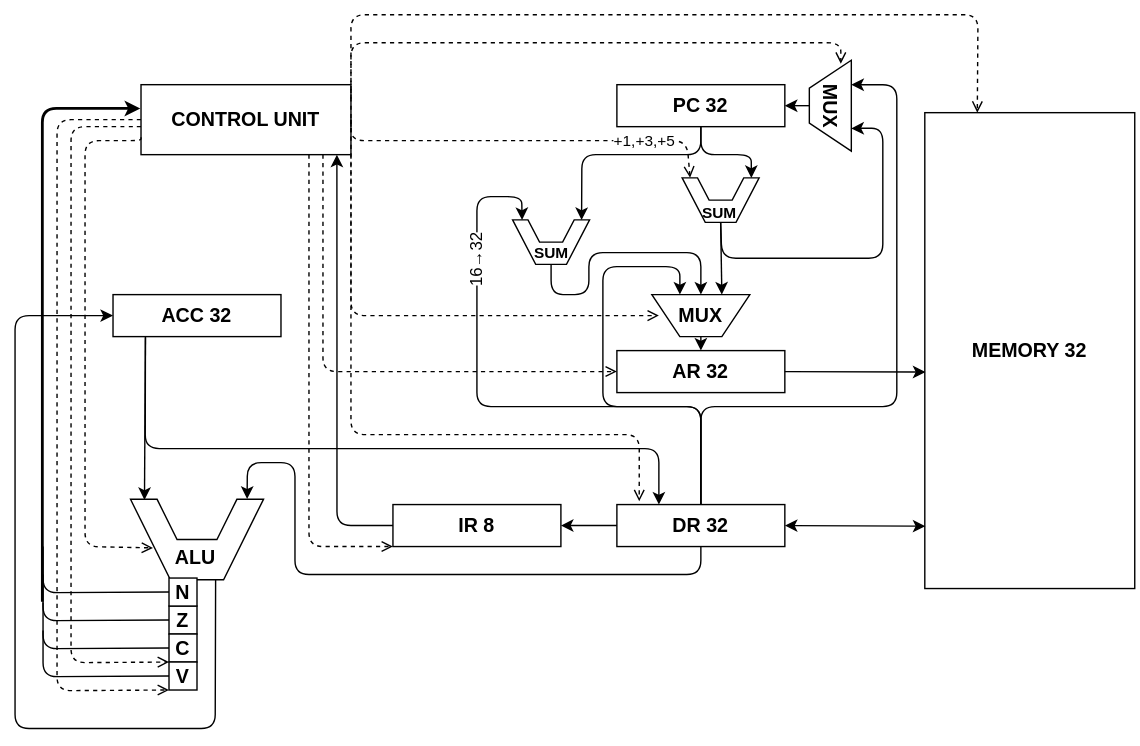
The draw.io diagram Acc32Scheme_v2.drawio.svg in ShobakaBarabaka/Acc32Scheme, before a commit. Source tidied: cells renumbered, new cells last; positions are measured from the earlier drawing's top-left corner, leaving out a move shared by most shapes.
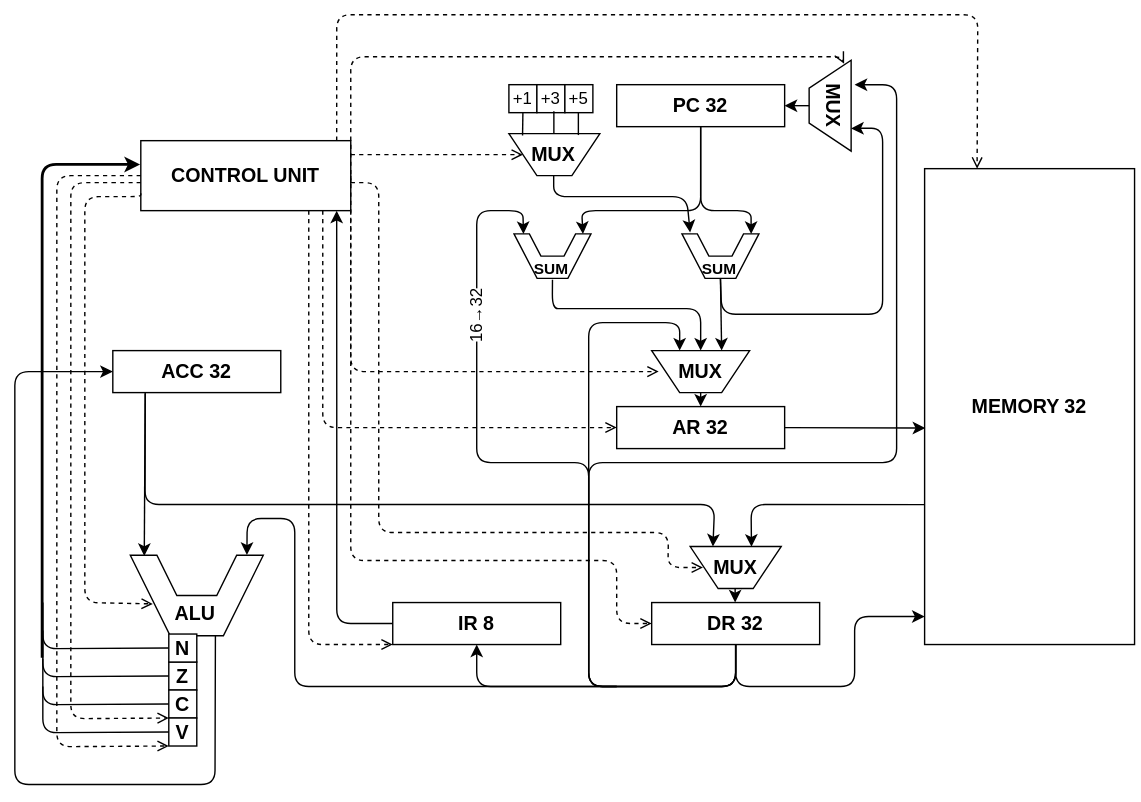
The same file after the commit.

What changed in the source:
```diff
@@ -6,13 +6,13 @@
       <mxGeometry x="70" y="200" width="120" height="30" as="geometry" />
     </mxCell>
     <mxCell id="3" value="&lt;h3&gt;PC 32&lt;/h3&gt;" style="rounded=0;whiteSpace=wrap;html=1;" parent="1" vertex="1">
-      <mxGeometry x="430" y="50" width="120" height="30" as="geometry" />
+      <mxGeometry x="430" y="10" width="120" height="30" as="geometry" />
     </mxCell>
     <mxCell id="4" value="&lt;h3&gt;IR 8&lt;/h3&gt;" style="rounded=0;whiteSpace=wrap;html=1;" parent="1" vertex="1">
-      <mxGeometry x="270" y="350" width="120" height="30" as="geometry" />
+      <mxGeometry x="270" y="380" width="120" height="30" as="geometry" />
     </mxCell>
     <mxCell id="5" value="&lt;h3&gt;DR 32&lt;/h3&gt;" style="rounded=0;whiteSpace=wrap;html=1;" parent="1" vertex="1">
-      <mxGeometry x="430" y="350" width="120" height="30" as="geometry" />
+      <mxGeometry x="455" y="380" width="120" height="30" as="geometry" />
     </mxCell>
     <mxCell id="6" value="&lt;h3&gt;Z&lt;/h3&gt;" style="rounded=0;whiteSpace=wrap;html=1;" parent="1" vertex="1">
       <mxGeometry x="110" y="422.5" width="20" height="20" as="geometry" />
@@ -40,15 +40,22 @@
     <mxCell id="12" style="endArrow=none;html=1;rounded=1;entryX=1;entryY=0.5;entryDx=0;entryDy=0;curved=0;startArrow=classic;startFill=1;exitX=0.25;exitY=1;exitDx=0;exitDy=0;" parent="1" edge="1" source="40" target="58">
       <mxGeometry relative="1" as="geometry">
         <Array as="points">
-          <mxPoint x="620" y="81" />
+          <mxPoint x="620" y="41" />
           <mxPoint x="620" y="174" />
           <mxPoint x="570" y="174" />
           <mxPoint x="505" y="174" />
         </Array>
       </mxGeometry>
     </mxCell>
-    <mxCell id="13" style="endArrow=classic;html=1;rounded=0;exitX=1;exitY=0.5;exitDx=0;exitDy=0;entryX=0.003;entryY=0.869;entryDx=0;entryDy=0;entryPerimeter=0;endFill=1;startArrow=classic;startFill=1;" parent="1" edge="1" source="5" target="10">
-      <mxGeometry relative="1" as="geometry" />
+    <mxCell id="13" style="endArrow=classic;html=1;rounded=1;exitX=0.5;exitY=1;exitDx=0;exitDy=0;endFill=1;startArrow=none;startFill=0;curved=0;" parent="1" edge="1" source="5">
+      <mxGeometry relative="1" as="geometry">
+        <mxPoint x="650" y="390" as="targetPoint" />
+        <Array as="points">
+          <mxPoint x="515" y="440" />
+          <mxPoint x="600" y="440" />
+          <mxPoint x="600" y="390" />
+        </Array>
+      </mxGeometry>
     </mxCell>
     <mxCell id="14" value="&lt;h3&gt;CONTROL UNIT&lt;/h3&gt;" style="rounded=0;whiteSpace=wrap;html=1;" parent="1" vertex="1">
       <mxGeometry x="90" y="50" width="150" height="50" as="geometry" />
@@ -62,15 +69,20 @@
     <mxCell id="17" style="endArrow=classic;html=1;rounded=0;exitX=1;exitY=0.5;exitDx=0;exitDy=0;entryX=0.003;entryY=0.545;entryDx=0;entryDy=0;entryPerimeter=0;endFill=1;" parent="1" edge="1" source="9" target="10">
       <mxGeometry relative="1" as="geometry" />
     </mxCell>
-    <mxCell id="18" style="endArrow=none;html=1;rounded=0;exitX=1;exitY=0.5;exitDx=0;exitDy=0;entryX=0;entryY=0.5;entryDx=0;entryDy=0;startArrow=classic;startFill=1;" parent="1" edge="1" source="4" target="5">
-      <mxGeometry relative="1" as="geometry" />
+    <mxCell id="18" style="endArrow=none;html=1;rounded=1;exitX=0.5;exitY=1;exitDx=0;exitDy=0;startArrow=classic;startFill=1;curved=0;" parent="1" edge="1" source="4">
+      <mxGeometry relative="1" as="geometry">
+        <mxPoint x="430" y="440" as="targetPoint" />
+        <Array as="points">
+          <mxPoint x="330" y="440" />
+        </Array>
+      </mxGeometry>
     </mxCell>
-    <mxCell id="19" style="endArrow=open;dashed=1;html=1;rounded=1;exitX=1;exitY=0.5;exitDx=0;exitDy=0;curved=0;endFill=0;entryX=-0.002;entryY=0.897;entryDx=0;entryDy=0;entryPerimeter=0;" parent="1" edge="1" source="14" target="58">
+    <mxCell id="19" style="endArrow=open;dashed=1;html=1;rounded=1;curved=0;endFill=0;entryX=1;entryY=0.5;entryDx=0;entryDy=0;" parent="1" edge="1" target="64">
       <mxGeometry relative="1" as="geometry">
+        <mxPoint x="240" y="60" as="sourcePoint" />
         <Array as="points">
-          <mxPoint x="240" y="90" />
-          <mxPoint x="320" y="90" />
-          <mxPoint x="480" y="90" />
+          <mxPoint x="300" y="60" />
+          <mxPoint x="320" y="60" />
         </Array>
       </mxGeometry>
     </mxCell>
@@ -83,29 +95,30 @@
         </Array>
       </mxGeometry>
     </mxCell>
-    <mxCell id="21" style="endArrow=none;html=1;rounded=1;exitX=-0.005;exitY=0.123;exitDx=0;exitDy=0;entryX=0.5;entryY=1;entryDx=0;entryDy=0;curved=0;endFill=0;startArrow=classic;startFill=1;exitPerimeter=0;" parent="1" edge="1" source="53" target="5">
+    <mxCell id="21" style="endArrow=none;html=1;rounded=1;exitX=-0.005;exitY=0.123;exitDx=0;exitDy=0;curved=0;endFill=0;startArrow=classic;startFill=1;exitPerimeter=0;entryX=0.5;entryY=1;entryDx=0;entryDy=0;" parent="1" edge="1" source="53" target="5">
       <mxGeometry relative="1" as="geometry">
         <Array as="points">
           <mxPoint x="166" y="320" />
           <mxPoint x="200" y="320" />
-          <mxPoint x="200" y="400" />
-          <mxPoint x="340" y="400" />
-          <mxPoint x="490" y="400" />
+          <mxPoint x="200" y="440" />
+          <mxPoint x="340" y="440" />
+          <mxPoint x="410" y="440" />
+          <mxPoint x="515" y="440" />
         </Array>
       </mxGeometry>
     </mxCell>
     <mxCell id="22" style="endArrow=classic;html=1;rounded=1;exitX=0;exitY=0.5;exitDx=0;exitDy=0;curved=0;endFill=1;entryX=0.933;entryY=1;entryDx=0;entryDy=0;entryPerimeter=0;" parent="1" edge="1" source="4" target="14">
       <mxGeometry relative="1" as="geometry">
         <Array as="points">
-          <mxPoint x="230" y="365" />
+          <mxPoint x="230" y="395" />
           <mxPoint x="230" y="240" />
         </Array>
       </mxGeometry>
     </mxCell>
-    <mxCell id="23" style="endArrow=none;html=1;rounded=1;exitX=0.25;exitY=0;exitDx=0;exitDy=0;entryX=0.193;entryY=1.008;entryDx=0;entryDy=0;endFill=0;startArrow=classic;startFill=1;curved=0;entryPerimeter=0;" parent="1" edge="1" source="5" target="2">
+    <mxCell id="23" style="endArrow=none;html=1;rounded=1;entryX=0.193;entryY=1.008;entryDx=0;entryDy=0;endFill=0;startArrow=classic;startFill=1;curved=0;entryPerimeter=0;exitX=0.75;exitY=1;exitDx=0;exitDy=0;" parent="1" edge="1" source="71" target="2">
       <mxGeometry relative="1" as="geometry">
         <Array as="points">
-          <mxPoint x="460" y="310" />
+          <mxPoint x="500" y="310" />
           <mxPoint x="93" y="310" />
         </Array>
       </mxGeometry>
@@ -116,12 +129,13 @@
     <mxCell id="25" value="&lt;h3&gt;MUX&lt;/h3&gt;" style="text;html=1;whiteSpace=wrap;strokeColor=none;fillColor=none;align=center;verticalAlign=middle;rounded=0;" parent="1" vertex="1">
       <mxGeometry x="460" y="200" width="60" height="30" as="geometry" />
     </mxCell>
-    <mxCell id="26" style="endArrow=classic;html=1;rounded=1;exitX=0.5;exitY=0;exitDx=0;exitDy=0;entryX=0.25;entryY=0;entryDx=0;entryDy=0;endFill=1;curved=0;" parent="1" edge="1" source="5" target="25">
+    <mxCell id="26" style="endArrow=classic;html=1;rounded=1;entryX=0.25;entryY=0;entryDx=0;entryDy=0;endFill=1;curved=0;" parent="1" edge="1" target="25">
       <mxGeometry relative="1" as="geometry">
+        <mxPoint x="430" y="440" as="sourcePoint" />
         <Array as="points">
-          <mxPoint x="490" y="280" />
-          <mxPoint x="420" y="280" />
-          <mxPoint x="420" y="180" />
+          <mxPoint x="410" y="440" />
+          <mxPoint x="410" y="280" />
+          <mxPoint x="410" y="180" />
           <mxPoint x="475" y="180" />
         </Array>
       </mxGeometry>
@@ -210,14 +224,17 @@
         </Array>
       </mxGeometry>
     </mxCell>
-    <mxCell id="37" style="endArrow=classic;html=1;rounded=1;exitX=0.5;exitY=0;exitDx=0;exitDy=0;entryX=0.003;entryY=0.877;entryDx=0;entryDy=0;endFill=1;curved=0;entryPerimeter=0;" parent="1" edge="1" source="5" target="56">
+    <mxCell id="37" style="endArrow=classic;html=1;rounded=1;exitX=0.5;exitY=1;exitDx=0;exitDy=0;entryX=0.003;entryY=0.877;entryDx=0;entryDy=0;endFill=1;curved=0;entryPerimeter=0;" parent="1" edge="1" source="5" target="56">
       <mxGeometry relative="1" as="geometry">
         <Array as="points">
-          <mxPoint x="490" y="280" />
+          <mxPoint x="515" y="440" />
+          <mxPoint x="410" y="440" />
+          <mxPoint x="410" y="280" />
           <mxPoint x="330" y="280" />
           <mxPoint x="330" y="180" />
           <mxPoint x="330" y="130" />
-          <mxPoint x="362" y="130" />
+          <mxPoint x="330" y="100" />
+          <mxPoint x="363" y="100" />
         </Array>
       </mxGeometry>
     </mxCell>
@@ -234,26 +251,28 @@
         <Array as="points">
           <mxPoint x="490" y="170" />
           <mxPoint x="410" y="170" />
-          <mxPoint x="410" y="200" />
-          <mxPoint x="383" y="200" />
+          <mxPoint x="400" y="170" />
+          <mxPoint x="384" y="170" />
         </Array>
       </mxGeometry>
     </mxCell>
     <mxCell id="40" value="&lt;h3&gt;&lt;br&gt;&lt;/h3&gt;" style="shape=trapezoid;perimeter=trapezoidPerimeter;whiteSpace=wrap;html=1;fixedSize=1;rotation=-90;" parent="1" vertex="1">
-      <mxGeometry x="550" y="50" width="65" height="30" as="geometry" />
+      <mxGeometry x="550" y="10" width="65" height="30" as="geometry" />
     </mxCell>
     <mxCell id="41" value="&lt;h3&gt;MUX&lt;/h3&gt;" style="text;html=1;whiteSpace=wrap;strokeColor=none;fillColor=none;align=center;verticalAlign=middle;rounded=0;rotation=90;" parent="1" vertex="1">
-      <mxGeometry x="552.5" y="50" width="60" height="30" as="geometry" />
+      <mxGeometry x="555" y="10" width="60" height="30" as="geometry" />
     </mxCell>
     <mxCell id="42" style="endArrow=none;html=1;rounded=0;exitX=1;exitY=0.5;exitDx=0;exitDy=0;startArrow=classic;startFill=1;entryX=0.5;entryY=0;entryDx=0;entryDy=0;" parent="1" edge="1" source="3" target="40">
       <mxGeometry relative="1" as="geometry" />
     </mxCell>
-    <mxCell id="43" style="endArrow=classic;html=1;rounded=1;exitX=0.5;exitY=0;exitDx=0;exitDy=0;entryX=0.25;entryY=0;entryDx=0;entryDy=0;endFill=1;curved=0;" parent="1" edge="1" source="5" target="41">
+    <mxCell id="43" style="endArrow=classic;html=1;rounded=1;exitX=0.5;exitY=1;exitDx=0;exitDy=0;entryX=0.25;entryY=0;entryDx=0;entryDy=0;endFill=1;curved=0;" parent="1" edge="1" source="5" target="41">
       <mxGeometry relative="1" as="geometry">
         <Array as="points">
-          <mxPoint x="490" y="280" />
+          <mxPoint x="515" y="440" />
+          <mxPoint x="410" y="440" />
+          <mxPoint x="410" y="280" />
           <mxPoint x="630" y="280" />
-          <mxPoint x="630" y="50" />
+          <mxPoint x="630" y="10" />
         </Array>
       </mxGeometry>
     </mxCell>
@@ -261,8 +280,8 @@
       <mxGeometry relative="1" as="geometry">
         <mxPoint x="240" y="80" as="sourcePoint" />
         <Array as="points">
-          <mxPoint x="240" y="20" />
-          <mxPoint x="590" y="20" />
+          <mxPoint x="240" y="-10" />
+          <mxPoint x="590" y="-10" />
         </Array>
       </mxGeometry>
     </mxCell>
@@ -279,25 +298,25 @@
         <mxPoint x="210" y="100" as="sourcePoint" />
         <Array as="points">
           <mxPoint x="210" y="270" />
-          <mxPoint x="210" y="380" />
+          <mxPoint x="210" y="410" />
         </Array>
       </mxGeometry>
     </mxCell>
-    <mxCell id="47" style="endArrow=open;dashed=1;html=1;rounded=1;entryX=0.25;entryY=0;entryDx=0;entryDy=0;curved=0;endFill=0;" parent="1" edge="1" target="10">
+    <mxCell id="47" style="endArrow=open;dashed=1;html=1;rounded=1;entryX=0.25;entryY=0;entryDx=0;entryDy=0;curved=0;endFill=0;exitX=0.933;exitY=0;exitDx=0;exitDy=0;exitPerimeter=0;" parent="1" edge="1" source="14" target="10">
       <mxGeometry relative="1" as="geometry">
-        <mxPoint x="240" y="60" as="sourcePoint" />
         <Array as="points">
-          <mxPoint x="240" />
-          <mxPoint x="688" />
+          <mxPoint x="230" y="-40" />
+          <mxPoint x="688" y="-40" />
         </Array>
       </mxGeometry>
     </mxCell>
-    <mxCell id="48" style="endArrow=open;dashed=1;html=1;rounded=1;curved=0;endFill=0;entryX=0.133;entryY=-0.078;entryDx=0;entryDy=0;entryPerimeter=0;" parent="1" edge="1" target="5">
+    <mxCell id="48" style="endArrow=open;dashed=1;html=1;rounded=1;curved=0;endFill=0;entryX=0;entryY=0.5;entryDx=0;entryDy=0;" parent="1" edge="1" target="5">
       <mxGeometry relative="1" as="geometry">
         <mxPoint x="240" y="100" as="sourcePoint" />
         <Array as="points">
-          <mxPoint x="240" y="300" />
-          <mxPoint x="446" y="300" />
+          <mxPoint x="240" y="350" />
+          <mxPoint x="430" y="350" />
+          <mxPoint x="430" y="395" />
         </Array>
       </mxGeometry>
     </mxCell>
@@ -326,10 +345,10 @@
       <mxGeometry x="-1.2" y="62.5" width="60" height="30" as="geometry" />
     </mxCell>
     <mxCell id="56" style="shape=(stored shape, 352 characters);whiteSpace=wrap;html=1;rotation=90;" parent="1" vertex="1">
-      <mxGeometry x="367.1" y="135" width="31.8" height="55" as="geometry" />
+      <mxGeometry x="368.2" y="105" width="31.8" height="55" as="geometry" />
     </mxCell>
     <mxCell id="57" value="&lt;b&gt;SUM&lt;/b&gt;" style="text;html=1;whiteSpace=wrap;strokeColor=none;fillColor=none;align=center;verticalAlign=middle;rounded=0;rotation=0;fontSize=11;" parent="1" vertex="1">
-      <mxGeometry x="367.1" y="160" width="32.9" height="20" as="geometry" />
+      <mxGeometry x="366.5" y="131.5" width="32.9" height="20" as="geometry" />
     </mxCell>
     <mxCell id="58" style="shape=(stored shape, 352 characters);whiteSpace=wrap;html=1;rotation=90;" parent="1" vertex="1">
       <mxGeometry x="488.3" y="105" width="31.8" height="55" as="geometry" />
@@ -337,8 +356,75 @@
     <mxCell id="59" value="&lt;b&gt;SUM&lt;/b&gt;" style="text;html=1;whiteSpace=wrap;strokeColor=none;fillColor=none;align=center;verticalAlign=middle;rounded=0;rotation=0;fontSize=11;" parent="1" vertex="1">
       <mxGeometry x="487.1" y="123" width="32.9" height="37" as="geometry" />
     </mxCell>
-    <mxCell id="60" value="+1,+3,+5" style="text;html=1;whiteSpace=wrap;strokeColor=none;fillColor=none;align=center;verticalAlign=middle;rounded=0;rotation=0;labelBackgroundColor=default;fontSize=11;" parent="1" vertex="1">
-      <mxGeometry x="430" y="80" width="40" height="20" as="geometry" />
-    </mxCell>
+    <mxCell id="61" value="+1" style="whiteSpace=wrap;html=1;" parent="1" vertex="1">
+      <mxGeometry x="353" y="10" width="20" height="20" as="geometry" />
+    </mxCell>
+    <mxCell id="62" value="+3" style="whiteSpace=wrap;html=1;" parent="1" vertex="1">
+      <mxGeometry x="373" y="10" width="20" height="20" as="geometry" />
+    </mxCell>
+    <mxCell id="63" value="+5" style="whiteSpace=wrap;html=1;" parent="1" vertex="1">
+      <mxGeometry x="393" y="10" width="20" height="20" as="geometry" />
+    </mxCell>
+    <mxCell id="64" value="&lt;h3&gt;&lt;br&gt;&lt;/h3&gt;" style="shape=trapezoid;perimeter=trapezoidPerimeter;whiteSpace=wrap;html=1;fixedSize=1;rotation=-180;" parent="1" vertex="1">
+      <mxGeometry x="353" y="45" width="65" height="30" as="geometry" />
+    </mxCell>
+    <mxCell id="65" value="&lt;h3&gt;MUX&lt;/h3&gt;" style="text;html=1;whiteSpace=wrap;strokeColor=none;fillColor=none;align=center;verticalAlign=middle;rounded=0;rotation=0;" parent="1" vertex="1">
+      <mxGeometry x="355.5" y="45" width="60" height="30" as="geometry" />
+    </mxCell>
+    <mxCell id="66" style="endArrow=none;html=1;rounded=1;exitX=-0.034;exitY=0.894;exitDx=0;exitDy=0;startArrow=classic;startFill=1;curved=0;exitPerimeter=0;" parent="1" edge="1" source="58">
+      <mxGeometry relative="1" as="geometry">
+        <mxPoint x="385" y="75" as="targetPoint" />
+        <Array as="points">
+          <mxPoint x="480" y="90" />
+          <mxPoint x="385" y="90" />
+        </Array>
+      </mxGeometry>
+    </mxCell>
+    <mxCell id="67" style="endArrow=none;html=1;rounded=0;entryX=0.5;entryY=1;entryDx=0;entryDy=0;exitX=0.121;exitY=0.041;exitDx=0;exitDy=0;exitPerimeter=0;" parent="1" edge="1" source="65" target="61">
+      <mxGeometry relative="1" as="geometry" />
+    </mxCell>
+    <mxCell id="68" style="endArrow=none;html=1;rounded=0;entryX=0.5;entryY=1;entryDx=0;entryDy=0;exitX=0.121;exitY=0.041;exitDx=0;exitDy=0;exitPerimeter=0;" parent="1" edge="1">
+      <mxGeometry relative="1" as="geometry">
+        <mxPoint x="385.1" y="45" as="sourcePoint" />
+        <mxPoint x="385.1" y="29" as="targetPoint" />
+      </mxGeometry>
+    </mxCell>
+    <mxCell id="69" style="endArrow=none;html=1;rounded=0;entryX=0.5;entryY=1;entryDx=0;entryDy=0;exitX=0.121;exitY=0.041;exitDx=0;exitDy=0;exitPerimeter=0;" parent="1" edge="1">
+      <mxGeometry relative="1" as="geometry">
+        <mxPoint x="402.6" y="46" as="sourcePoint" />
+        <mxPoint x="402.6" y="30" as="targetPoint" />
+      </mxGeometry>
+    </mxCell>
+    <mxCell id="70" style="endArrow=none;html=1;rounded=1;entryX=0;entryY=0.706;entryDx=0;entryDy=0;endFill=0;startArrow=classic;startFill=1;entryPerimeter=0;curved=0;exitX=0.326;exitY=0.995;exitDx=0;exitDy=0;exitPerimeter=0;" parent="1" edge="1" source="71" target="10">
+      <mxGeometry relative="1" as="geometry">
+        <Array as="points">
+          <mxPoint x="526" y="310" />
+        </Array>
+      </mxGeometry>
+    </mxCell>
+    <mxCell id="71" value="&lt;h3&gt;&lt;br&gt;&lt;/h3&gt;" style="shape=trapezoid;perimeter=trapezoidPerimeter;whiteSpace=wrap;html=1;fixedSize=1;rotation=-180;" parent="1" vertex="1">
+      <mxGeometry x="482.5" y="340" width="65" height="30" as="geometry" />
+    </mxCell>
+    <mxCell id="72" value="&lt;h3&gt;MUX&lt;/h3&gt;" style="text;html=1;whiteSpace=wrap;strokeColor=none;fillColor=none;align=center;verticalAlign=middle;rounded=0;rotation=0;" parent="1" vertex="1">
+      <mxGeometry x="485" y="340" width="60" height="30" as="geometry" />
+    </mxCell>
+    <mxCell id="73" style="endArrow=classic;html=1;rounded=0;exitX=0.5;exitY=1;exitDx=0;exitDy=0;entryX=0.5;entryY=0;entryDx=0;entryDy=0;endFill=1;" parent="1" edge="1">
+      <mxGeometry relative="1" as="geometry">
+        <mxPoint x="514.6" y="370" as="sourcePoint" />
+        <mxPoint x="514.6" y="380" as="targetPoint" />
+      </mxGeometry>
+    </mxCell>
+    <mxCell id="74" style="endArrow=open;dashed=1;html=1;rounded=1;curved=0;endFill=0;entryX=0;entryY=0.5;entryDx=0;entryDy=0;" parent="1" edge="1">
+      <mxGeometry relative="1" as="geometry">
+        <mxPoint x="240" y="80" as="sourcePoint" />
+        <mxPoint x="491.6" y="355" as="targetPoint" />
+        <Array as="points">
+          <mxPoint x="260" y="80" />
+          <mxPoint x="260" y="330" />
+          <mxPoint x="467" y="330" />
+          <mxPoint x="466.6" y="355" />
+        </Array>
+      </mxGeometry>
+    </mxCell>
   </root>
 </mxGraphModel>
```
